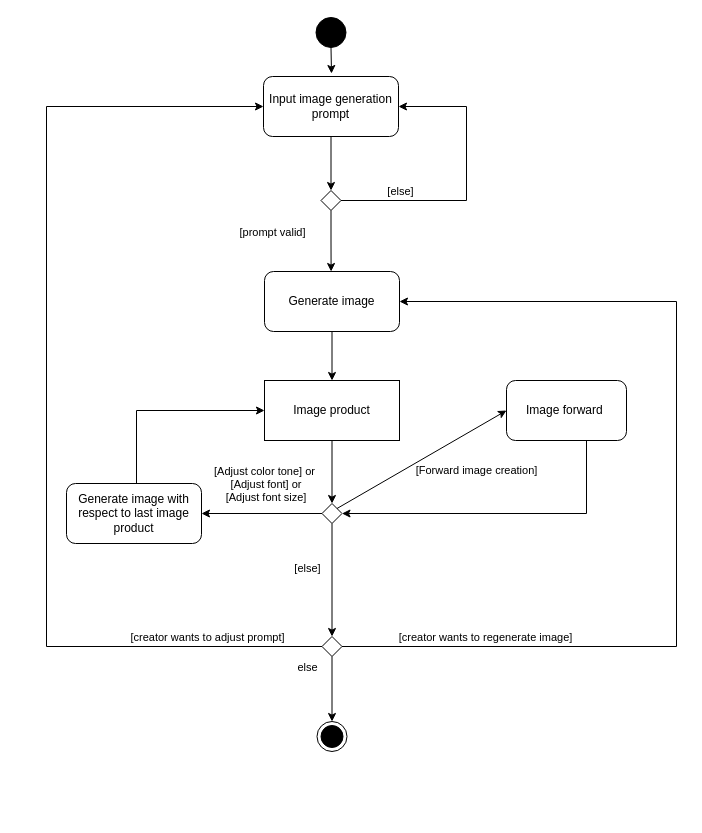
Darrenchenn/Model-based-software-design keeps this draw.io diagram as Documentation/Activity Diagram/Image Creation AD 20231005.drawio. Above is the earlier version. Source tidied: cells renumbered, new cells numbered last; positions are measured from the earlier drawing's top-left corner, leaving out a move shared by most shapes. Both pictures are drawn from the tidied source at 100%, with x=0, y=0 at pixel (46, 17).
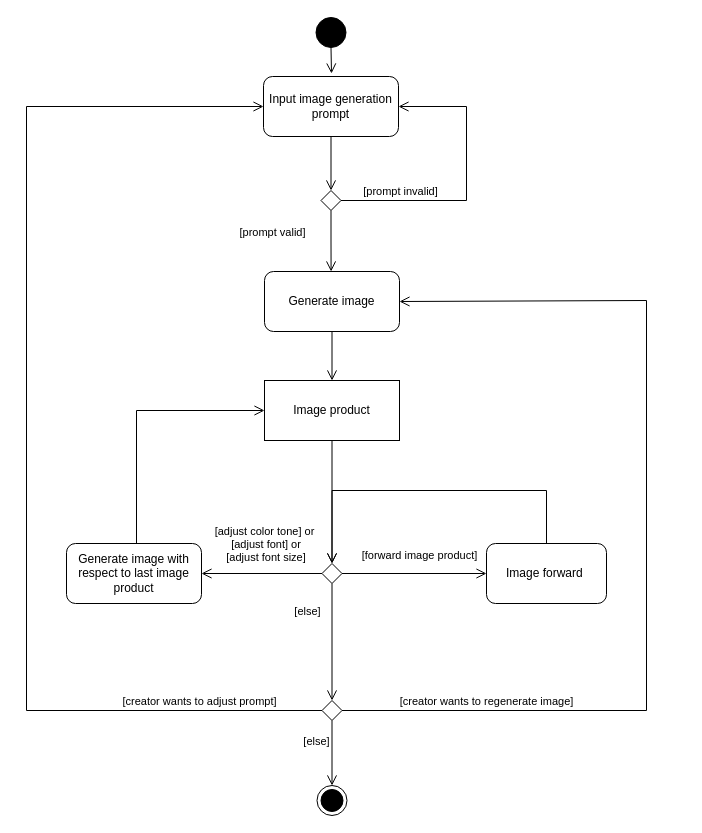
The same diagram, later.

Unchanged cells that the change refers to:
```xml
<mxCell id="7" style="rhombus;fillColor=none;strokeColor=#000000;" parent="1" vertex="1">
  <mxGeometry x="274.5" y="173" width="20" height="20" as="geometry" />
</mxCell>
<mxCell id="9" value="Input image generation prompt" style="rounded=1;whiteSpace=wrap;html=1;" parent="1" vertex="1">
  <mxGeometry x="217" y="59" width="135" height="60" as="geometry" />
</mxCell>
<mxCell id="11" value="Generate image" style="rounded=1;whiteSpace=wrap;html=1;" parent="1" vertex="1">
  <mxGeometry x="218" y="254" width="135" height="60" as="geometry" />
</mxCell>
<mxCell id="18" style="ellipse;fillColor=strokeColor;html=1;" parent="1" vertex="1">
  <mxGeometry x="269.5" width="30" height="30" as="geometry" />
</mxCell>
<mxCell id="21" value="Image product" style="rounded=0;whiteSpace=wrap;html=1;" parent="1" vertex="1">
  <mxGeometry x="218" y="363" width="135" height="60" as="geometry" />
</mxCell>
```

Change to the diagram source:
```diff
@@
-    <mxCell id="2" style="edgeStyle=orthogonalEdgeStyle;rounded=0;jettySize=auto;html=1;endArrow=classic;endFill=1;exitX=0.5;exitY=1;exitDx=0;exitDy=0;entryX=0.5;entryY=0;entryDx=0;entryDy=0;" parent="1" edge="1" source="9" target="7">
+    <mxCell id="2" style="edgeStyle=orthogonalEdgeStyle;rounded=0;jettySize=auto;html=1;endArrow=open;endFill=0;exitX=0.5;exitY=1;exitDx=0;exitDy=0;entryX=0.5;entryY=0;entryDx=0;entryDy=0;endSize=8;startSize=8;" parent="1" edge="1" source="9" target="7">
       <mxGeometry relative="1" as="geometry" />
     </mxCell>
-    <mxCell id="3" style="edgeStyle=orthogonalEdgeStyle;rounded=0;jettySize=auto;html=1;entryX=1;entryY=0.5;entryDx=0;entryDy=0;exitX=1;exitY=0.5;exitDx=0;exitDy=0;" parent="1" edge="1" source="7" target="9">
+    <mxCell id="3" style="edgeStyle=orthogonalEdgeStyle;rounded=0;jettySize=auto;html=1;entryX=1;entryY=0.5;entryDx=0;entryDy=0;exitX=1;exitY=0.5;exitDx=0;exitDy=0;endArrow=open;endFill=0;endSize=8;startSize=8;" parent="1" edge="1" source="7" target="9">
       <mxGeometry relative="1" as="geometry">
         <Array as="points">
           <mxPoint x="420" y="183" />
           <mxPoint x="420" y="89" />
         </Array>
       </mxGeometry>
     </mxCell>
-    <mxCell id="4" value="[else]" style="edgeLabel;html=1;align=center;verticalAlign=middle;" parent="3" vertex="1">
+    <mxCell id="4" value="[prompt invalid]" style="edgeLabel;html=1;align=center;verticalAlign=middle;" parent="3" vertex="1">
       <mxGeometry x="-0.69" y="-3" relative="1" as="geometry">
         <mxPoint x="14" y="-13" as="offset" />
       </mxGeometry>
     </mxCell>
-    <mxCell id="5" style="edgeStyle=orthogonalEdgeStyle;rounded=0;jettySize=auto;html=1;entryX=0.5;entryY=0;entryDx=0;entryDy=0;exitX=0.5;exitY=1;exitDx=0;exitDy=0;" parent="1" edge="1" source="7">
+    <mxCell id="5" style="edgeStyle=orthogonalEdgeStyle;rounded=0;jettySize=auto;html=1;entryX=0.5;entryY=0;entryDx=0;entryDy=0;exitX=0.5;exitY=1;exitDx=0;exitDy=0;endArrow=open;endFill=0;endSize=8;startSize=8;" parent="1" edge="1" source="7">
       <mxGeometry relative="1" as="geometry">
         <mxPoint x="284.6" y="254" as="targetPoint" />
       </mxGeometry>
     </mxCell>
@@
-    <mxCell id="8" style="edgeStyle=orthogonalEdgeStyle;rounded=0;jettySize=auto;html=1;exitX=0.5;exitY=1;exitDx=0;exitDy=0;" parent="1" edge="1" source="18">
+    <mxCell id="8" style="edgeStyle=orthogonalEdgeStyle;rounded=0;jettySize=auto;html=1;exitX=0.5;exitY=1;exitDx=0;exitDy=0;endArrow=open;endFill=0;endSize=8;startSize=8;" parent="1" edge="1" source="18">
       <mxGeometry relative="1" as="geometry">
         <mxPoint x="285" y="56" as="targetPoint" />
       </mxGeometry>
     </mxCell>
@@
-    <mxCell id="10" style="edgeStyle=orthogonalEdgeStyle;rounded=0;jettySize=auto;html=1;entryX=0.5;entryY=0;entryDx=0;entryDy=0;" parent="1" edge="1" source="11" target="21">
+    <mxCell id="10" style="edgeStyle=orthogonalEdgeStyle;rounded=0;jettySize=auto;html=1;entryX=0.5;entryY=0;entryDx=0;entryDy=0;endArrow=open;endFill=0;endSize=8;startSize=8;" parent="1" edge="1" source="11" target="21">
       <mxGeometry relative="1" as="geometry" />
     </mxCell>
@@
-    <mxCell id="12" style="edgeStyle=orthogonalEdgeStyle;rounded=0;jettySize=auto;html=1;entryX=0;entryY=0.5;entryDx=0;entryDy=0;exitX=0;exitY=0.5;exitDx=0;exitDy=0;" parent="1" edge="1" source="20" target="9">
+    <mxCell id="12" style="edgeStyle=orthogonalEdgeStyle;rounded=0;jettySize=auto;html=1;entryX=0;entryY=0.5;entryDx=0;entryDy=0;exitX=0;exitY=0.5;exitDx=0;exitDy=0;endArrow=open;endFill=0;endSize=8;startSize=8;" parent="1" edge="1" source="20" target="9">
       <mxGeometry relative="1" as="geometry">
         <Array as="points">
-          <mxPoint y="629" />
-          <mxPoint y="89" />
+          <mxPoint x="-20" y="693" />
+          <mxPoint x="-20" y="89" />
         </Array>
       </mxGeometry>
     </mxCell>
@@
-    <mxCell id="14" style="edgeStyle=orthogonalEdgeStyle;rounded=0;jettySize=auto;html=1;entryX=1;entryY=0.5;entryDx=0;entryDy=0;exitX=1;exitY=0.5;exitDx=0;exitDy=0;" parent="1" edge="1" source="20" target="11">
+    <mxCell id="14" style="edgeStyle=orthogonalEdgeStyle;rounded=0;jettySize=auto;html=1;entryX=1;entryY=0.5;entryDx=0;entryDy=0;exitX=1;exitY=0.5;exitDx=0;exitDy=0;endArrow=open;endFill=0;endSize=8;startSize=8;" parent="1" edge="1" source="20" target="11">
       <mxGeometry relative="1" as="geometry">
         <Array as="points">
-          <mxPoint x="630" y="629" />
-          <mxPoint x="630" y="284" />
+          <mxPoint x="600" y="693" />
+          <mxPoint x="600" y="283" />
+          <mxPoint x="353" y="283" />
         </Array>
       </mxGeometry>
     </mxCell>
@@
-    <mxCell id="16" style="edgeStyle=orthogonalEdgeStyle;rounded=0;jettySize=auto;html=1;entryX=0.5;entryY=0;entryDx=0;entryDy=0;exitX=0.5;exitY=1;exitDx=0;exitDy=0;" parent="1" edge="1" source="20" target="19">
+    <mxCell id="16" style="edgeStyle=orthogonalEdgeStyle;rounded=0;jettySize=auto;html=1;entryX=0.5;entryY=0;entryDx=0;entryDy=0;exitX=0.5;exitY=1;exitDx=0;exitDy=0;endArrow=open;endFill=0;endSize=8;startSize=8;" parent="1" edge="1" source="20" target="19">
       <mxGeometry relative="1" as="geometry" />
     </mxCell>
-    <mxCell id="17" value="else" style="edgeLabel;html=1;align=center;verticalAlign=middle;" parent="16" vertex="1">
+    <mxCell id="17" value="[else]" style="edgeLabel;html=1;align=center;verticalAlign=middle;" parent="16" vertex="1">
       <mxGeometry x="-0.28" y="-3" relative="1" as="geometry">
-        <mxPoint x="-22" y="-13" as="offset" />
+        <mxPoint x="-13" y="-3" as="offset" />
       </mxGeometry>
     </mxCell>
@@
     <mxCell id="19" style="ellipse;html=1;shape=endState;fillColor=strokeColor;" parent="1" vertex="1">
-      <mxGeometry x="270.5" y="704" width="30" height="30" as="geometry" />
+      <mxGeometry x="270.5" y="768" width="30" height="30" as="geometry" />
     </mxCell>
     <mxCell id="20" style="rhombus;fillColor=none;strokeColor=#000000;" parent="1" vertex="1">
-      <mxGeometry x="275.5" y="619" width="20" height="20" as="geometry" />
+      <mxGeometry x="275.5" y="683" width="20" height="20" as="geometry" />
     </mxCell>
@@
-    <mxCell id="22" style="edgeStyle=orthogonalEdgeStyle;rounded=0;jettySize=auto;html=1;entryX=0.5;entryY=0;entryDx=0;entryDy=0;" parent="1" edge="1" source="21" target="27">
+    <mxCell id="22" style="edgeStyle=orthogonalEdgeStyle;rounded=0;jettySize=auto;html=1;entryX=0.5;entryY=0;entryDx=0;entryDy=0;endArrow=open;endFill=0;endSize=8;startSize=8;" parent="1" edge="1" source="21" target="27">
       <mxGeometry relative="1" as="geometry" />
     </mxCell>
-    <mxCell id="23" style="edgeStyle=orthogonalEdgeStyle;rounded=0;jettySize=auto;html=1;entryX=0.5;entryY=0;entryDx=0;entryDy=0;" parent="1" edge="1" source="27" target="20">
+    <mxCell id="23" style="edgeStyle=orthogonalEdgeStyle;rounded=0;jettySize=auto;html=1;entryX=0.5;entryY=0;entryDx=0;entryDy=0;exitX=0.5;exitY=1;exitDx=0;exitDy=0;endArrow=open;endFill=0;endSize=8;startSize=8;" parent="1" edge="1" source="27" target="20">
       <mxGeometry relative="1" as="geometry" />
     </mxCell>
     <mxCell id="24" value="[else]" style="edgeLabel;html=1;align=center;verticalAlign=middle;" parent="23" vertex="1">
       <mxGeometry x="-0.27" y="-2" relative="1" as="geometry">
-        <mxPoint x="-23" y="3" as="offset" />
+        <mxPoint x="-23" y="-16" as="offset" />
       </mxGeometry>
     </mxCell>
-    <mxCell id="25" style="edgeStyle=orthogonalEdgeStyle;rounded=0;jettySize=auto;html=1;entryX=1;entryY=0.5;entryDx=0;entryDy=0;" parent="1" edge="1" source="27" target="33">
+    <mxCell id="25" style="edgeStyle=orthogonalEdgeStyle;rounded=0;jettySize=auto;html=1;entryX=1;entryY=0.5;entryDx=0;entryDy=0;endArrow=open;endFill=0;endSize=8;startSize=8;" parent="1" edge="1" source="27" target="33">
       <mxGeometry relative="1" as="geometry" />
     </mxCell>
-    <mxCell id="26" value="[Adjust color tone] or&lt;br&gt;&amp;nbsp;[Adjust font] or&lt;br&gt;&amp;nbsp;[Adjust font size]" style="edgeLabel;html=1;align=center;verticalAlign=middle;" parent="25" vertex="1">
+    <mxCell id="26" value="[adjust color tone] or&lt;br&gt;&amp;nbsp;[adjust font] or&lt;br&gt;&amp;nbsp;[adjust font size]" style="edgeLabel;html=1;align=center;verticalAlign=middle;" parent="25" vertex="1">
       <mxGeometry x="-0.34" y="2" relative="1" as="geometry">
         <mxPoint x="-18" y="-32" as="offset" />
       </mxGeometry>
     </mxCell>
     <mxCell id="27" style="rhombus;fillColor=none;strokeColor=#000000;" parent="1" vertex="1">
-      <mxGeometry x="275.5" y="486" width="20" height="20" as="geometry" />
+      <mxGeometry x="275.5" y="546" width="20" height="20" as="geometry" />
     </mxCell>
-    <mxCell id="28" style="endArrow=classic;html=1;rounded=0;exitX=1;exitY=0;exitDx=0;exitDy=0;entryX=0;entryY=0.5;entryDx=0;entryDy=0;" parent="1" edge="1" source="27" target="31">
+    <mxCell id="28" style="endArrow=open;html=1;rounded=0;exitX=1;exitY=0.5;exitDx=0;exitDy=0;entryX=0;entryY=0.5;entryDx=0;entryDy=0;endFill=0;endSize=8;startSize=8;" parent="1" edge="1" source="27" target="31">
       <mxGeometry relative="1" as="geometry" />
     </mxCell>
-    <mxCell id="29" value="[Forward image creation]" style="edgeLabel;html=1;align=center;verticalAlign=middle;" parent="28" vertex="1">
+    <mxCell id="29" value="[forward image product]" style="edgeLabel;html=1;align=center;verticalAlign=middle;" parent="28" vertex="1">
       <mxGeometry x="-0.23" y="3" relative="1" as="geometry">
-        <mxPoint x="76" y="2" as="offset" />
+        <mxPoint x="21" y="-16" as="offset" />
       </mxGeometry>
     </mxCell>
-    <mxCell id="30" style="edgeStyle=orthogonalEdgeStyle;rounded=0;jettySize=auto;html=1;entryX=1;entryY=0.5;entryDx=0;entryDy=0;" parent="1" edge="1" source="31" target="27">
+    <mxCell id="30" style="edgeStyle=orthogonalEdgeStyle;rounded=0;jettySize=auto;html=1;entryX=0.5;entryY=0;entryDx=0;entryDy=0;exitX=0.5;exitY=0;exitDx=0;exitDy=0;endArrow=open;endFill=0;endSize=8;startSize=8;" parent="1" edge="1" source="31" target="27">
       <mxGeometry relative="1" as="geometry">
         <Array as="points">
-          <mxPoint x="540" y="496" />
+          <mxPoint x="500" y="473" />
+          <mxPoint x="286" y="473" />
         </Array>
       </mxGeometry>
     </mxCell>
     <mxCell id="31" value="Image forward&amp;nbsp;" style="rounded=1;whiteSpace=wrap;html=1;" parent="1" vertex="1">
-      <mxGeometry x="460" y="363" width="120" height="60" as="geometry" />
+      <mxGeometry x="440" y="526" width="120" height="60" as="geometry" />
     </mxCell>
-    <mxCell id="32" style="edgeStyle=orthogonalEdgeStyle;rounded=0;jettySize=auto;html=1;entryX=0;entryY=0.5;entryDx=0;entryDy=0;" parent="1" edge="1" source="33" target="21">
+    <mxCell id="32" style="edgeStyle=orthogonalEdgeStyle;rounded=0;jettySize=auto;html=1;entryX=0;entryY=0.5;entryDx=0;entryDy=0;endArrow=open;endFill=0;endSize=8;startSize=8;" parent="1" edge="1" source="33" target="21">
       <mxGeometry relative="1" as="geometry">
         <Array as="points">
           <mxPoint x="90" y="393" />
         </Array>
       </mxGeometry>
     </mxCell>
     <mxCell id="33" value="Generate image with respect to last image product" style="rounded=1;whiteSpace=wrap;html=1;" parent="1" vertex="1">
-      <mxGeometry x="20" y="466" width="135" height="60" as="geometry" />
+      <mxGeometry x="20" y="526" width="135" height="60" as="geometry" />
     </mxCell>
```
